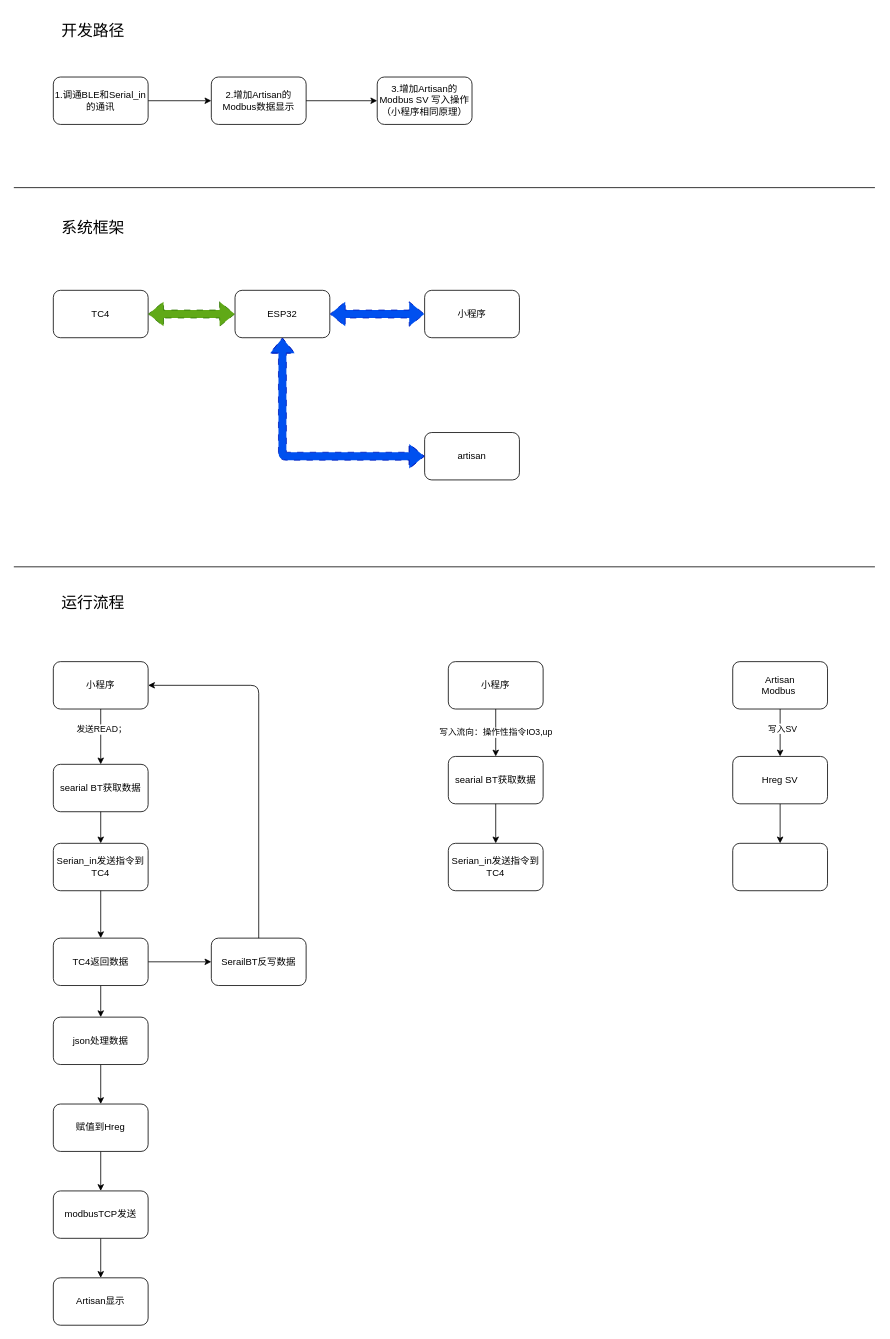
The draw.io diagram src/flow.drawio in sakunamary/tc4-ble-brigde, before the edit. Source tidied: cells renumbered, new cells numbered last; positions are measured from the earlier drawing's top-left corner, leaving out a move shared by most shapes. Both pictures are drawn from the tidied source at 79%, with x=0, y=0 at pixel (13, 13).
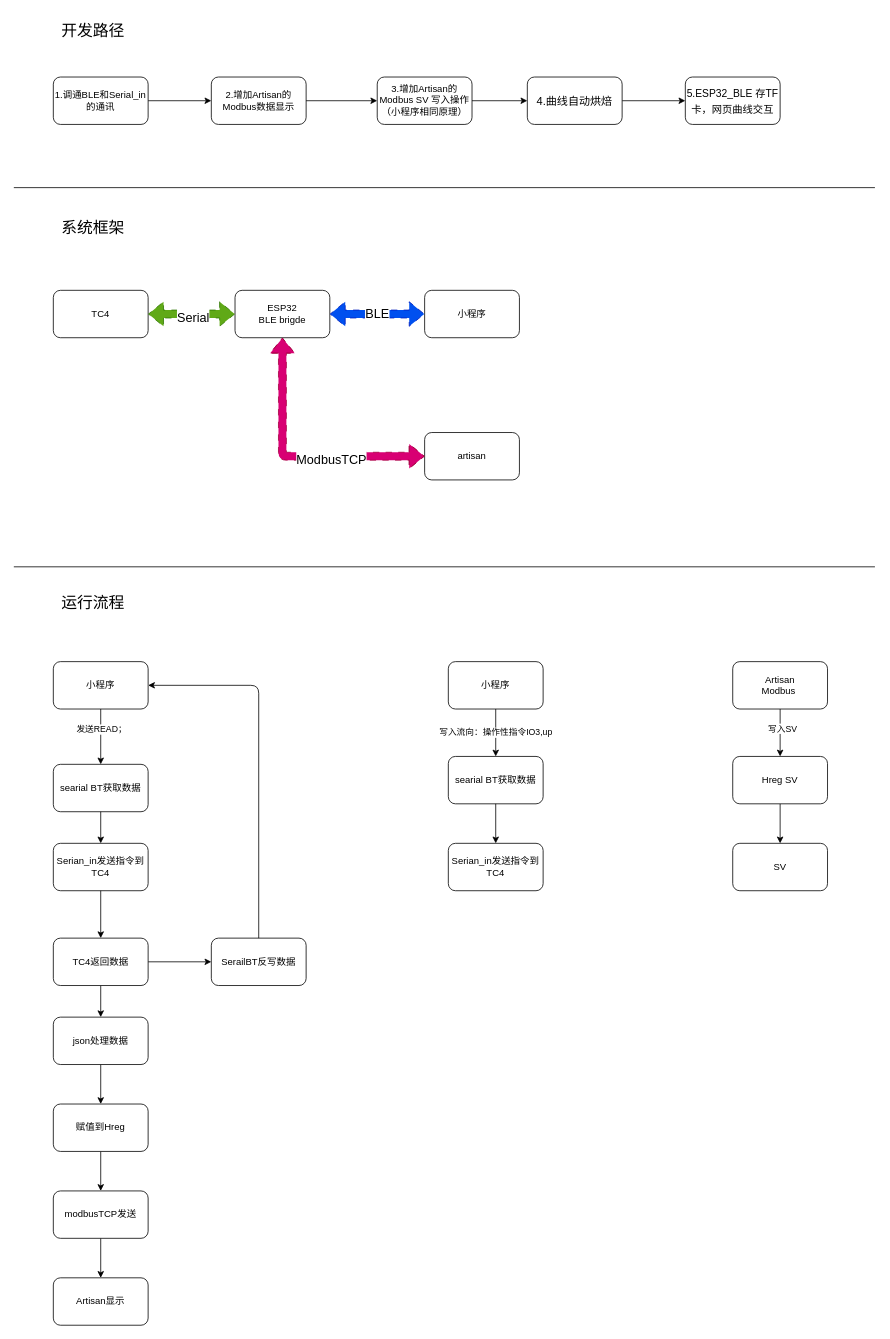
The same diagram, later.

Unchanged cells that the change refers to:
```xml
<mxCell id="5" style="shape=flexArrow;endArrow=classic;startArrow=classic;html=1;dashed=1;dashPattern=8 8;exitX=1;exitY=0.5;exitDx=0;exitDy=0;fillColor=#60a917;strokeColor=#2D7600;" parent="1" edge="1" source="2">
  <mxGeometry relative="1" as="geometry">
    <mxPoint x="280" y="380" as="targetPoint" />
  </mxGeometry>
</mxCell>
<mxCell id="7" value="artisan" style="rounded=1;whiteSpace=wrap;html=1;" parent="1" vertex="1">
  <mxGeometry x="520" y="530" width="120" height="60" as="geometry" />
</mxCell>
<mxCell id="43" value="3.增加Artisan的Modbus SV 写入操作（小程序相同原理）" style="whiteSpace=wrap;html=1;rounded=1;" parent="1" vertex="1">
  <mxGeometry x="460" y="80" width="120" height="60" as="geometry" />
</mxCell>
```

The edit, as a diff of the source:
```diff
@@
-    <mxCell id="3" value="ESP32" style="whiteSpace=wrap;html=1;rounded=1;" parent="1" vertex="1">
+    <mxCell id="3" value="ESP32&lt;br&gt;BLE brigde" style="whiteSpace=wrap;html=1;rounded=1;" parent="1" vertex="1">
       <mxGeometry x="280" y="350" width="120" height="60" as="geometry" />
     </mxCell>
@@
+    <mxCell id="49" value="&lt;font style=&quot;font-size: 16px;&quot;&gt;Serial&lt;/font&gt;" style="edgeLabel;html=1;align=center;verticalAlign=middle;fontSize=20;" parent="5" vertex="1">
+      <mxGeometry x="0.02" y="-1" relative="1" as="geometry" />
+    </mxCell>
-    <mxCell id="6" style="shape=flexArrow;endArrow=classic;startArrow=classic;html=1;dashed=1;dashPattern=8 8;exitX=1;exitY=0.5;exitDx=0;exitDy=0;fillColor=#0050ef;strokeColor=#001DBC;" parent="1" edge="1" source="3">
+    <mxCell id="6" value="&lt;font style=&quot;font-size: 16px;&quot;&gt;BLE&lt;/font&gt;" style="shape=flexArrow;endArrow=classic;startArrow=classic;html=1;dashed=1;dashPattern=8 8;exitX=1;exitY=0.5;exitDx=0;exitDy=0;fillColor=#0050ef;strokeColor=#001DBC;" parent="1" edge="1" source="3">
       <mxGeometry relative="1" as="geometry">
         <mxPoint x="520" y="380" as="targetPoint" />
       </mxGeometry>
     </mxCell>
@@
-    <mxCell id="8" style="shape=flexArrow;endArrow=classic;startArrow=classic;html=1;dashed=1;dashPattern=8 8;exitX=0;exitY=0.5;exitDx=0;exitDy=0;entryX=0.5;entryY=1;entryDx=0;entryDy=0;fillColor=#0050ef;strokeColor=#001DBC;" parent="1" edge="1" source="7" target="3">
+    <mxCell id="8" style="shape=flexArrow;endArrow=classic;startArrow=classic;html=1;dashed=1;dashPattern=8 8;exitX=0;exitY=0.5;exitDx=0;exitDy=0;entryX=0.5;entryY=1;entryDx=0;entryDy=0;fillColor=#d80073;strokeColor=#A50040;" parent="1" edge="1" source="7" target="3">
       <mxGeometry relative="1" as="geometry">
         <Array as="points">
           <mxPoint x="340" y="560" />
         </Array>
       </mxGeometry>
     </mxCell>
+    <mxCell id="50" value="&lt;font style=&quot;font-size: 16px;&quot;&gt;ModbusTCP&lt;/font&gt;" style="edgeLabel;html=1;align=center;verticalAlign=middle;fontSize=20;" parent="8" vertex="1">
+      <mxGeometry x="-0.28" y="1" relative="1" as="geometry" />
+    </mxCell>
@@
-    <mxCell id="38" style="whiteSpace=wrap;html=1;rounded=1;" parent="1" vertex="1">
+    <mxCell id="38" value="SV" style="whiteSpace=wrap;html=1;rounded=1;" parent="1" vertex="1">
       <mxGeometry x="910" y="1050" width="120" height="60" as="geometry" />
     </mxCell>
@@
+    <mxCell id="51" style="edgeStyle=none;html=1;fontSize=16;" parent="1" edge="1" source="52" target="54">
+      <mxGeometry relative="1" as="geometry" />
+    </mxCell>
+    <mxCell id="52" value="&lt;font style=&quot;font-size: 14px;&quot;&gt;4.曲线自动烘焙&lt;/font&gt;" style="whiteSpace=wrap;html=1;rounded=1;fontSize=16;" parent="1" vertex="1">
+      <mxGeometry x="650" y="80" width="120" height="60" as="geometry" />
+    </mxCell>
+    <mxCell id="53" style="endArrow=classic;html=1;fontSize=16;exitX=1;exitY=0.5;exitDx=0;exitDy=0;entryX=0;entryY=0.5;entryDx=0;entryDy=0;" parent="1" edge="1" source="43" target="52">
+      <mxGeometry relative="1" as="geometry" />
+    </mxCell>
+    <mxCell id="54" value="&lt;font style=&quot;font-size: 13px;&quot;&gt;5.ESP32_BLE 存TF卡，网页曲线交互&lt;/font&gt;" style="whiteSpace=wrap;html=1;fontSize=16;rounded=1;" parent="1" vertex="1">
+      <mxGeometry x="850" y="80" width="120" height="60" as="geometry" />
+    </mxCell>
```
